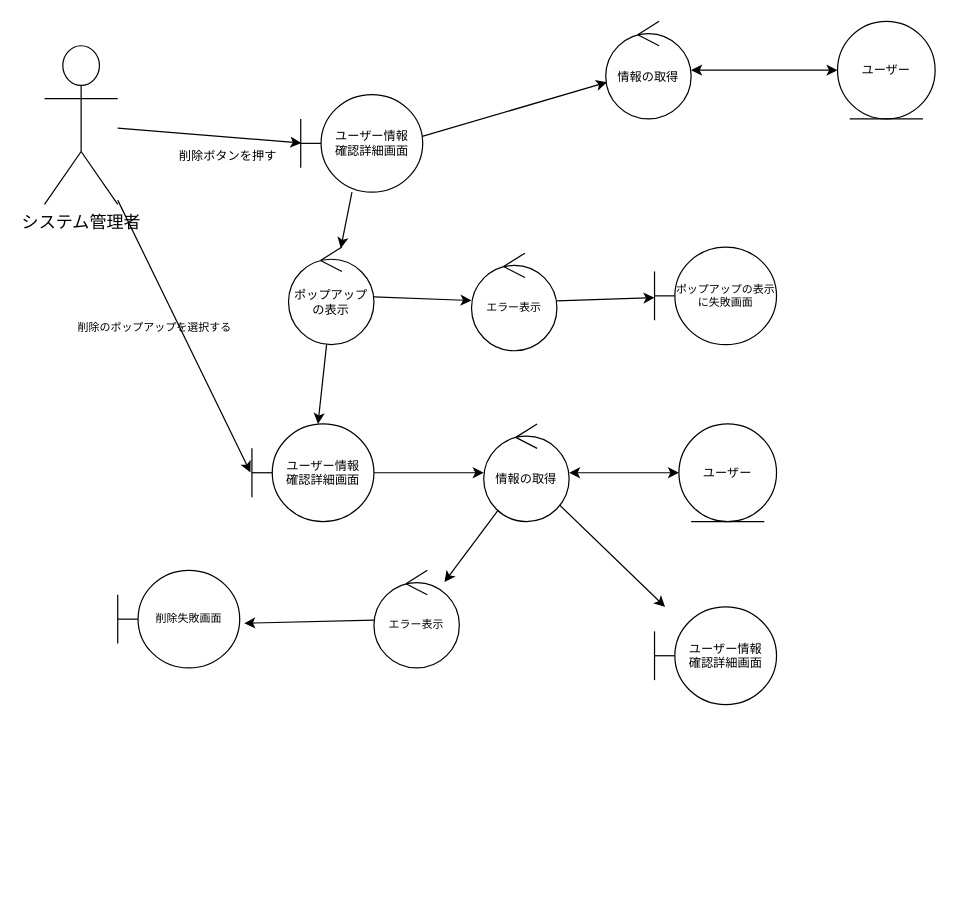
Earlier version of the draw.io diagram page "ユーザー登録情報削除" (5 of 8) of out/ロバストネス図/システム管理者-ロバストネス図.drawio (ksw2270227/GroupF). Source tidied: cells renumbered, new cells numbered last; positions are measured from the earlier drawing's top-left corner, leaving out a move shared by most shapes. Both pictures are drawn from the tidied source at 122%, with x=0, y=0 at pixel (44, 21).
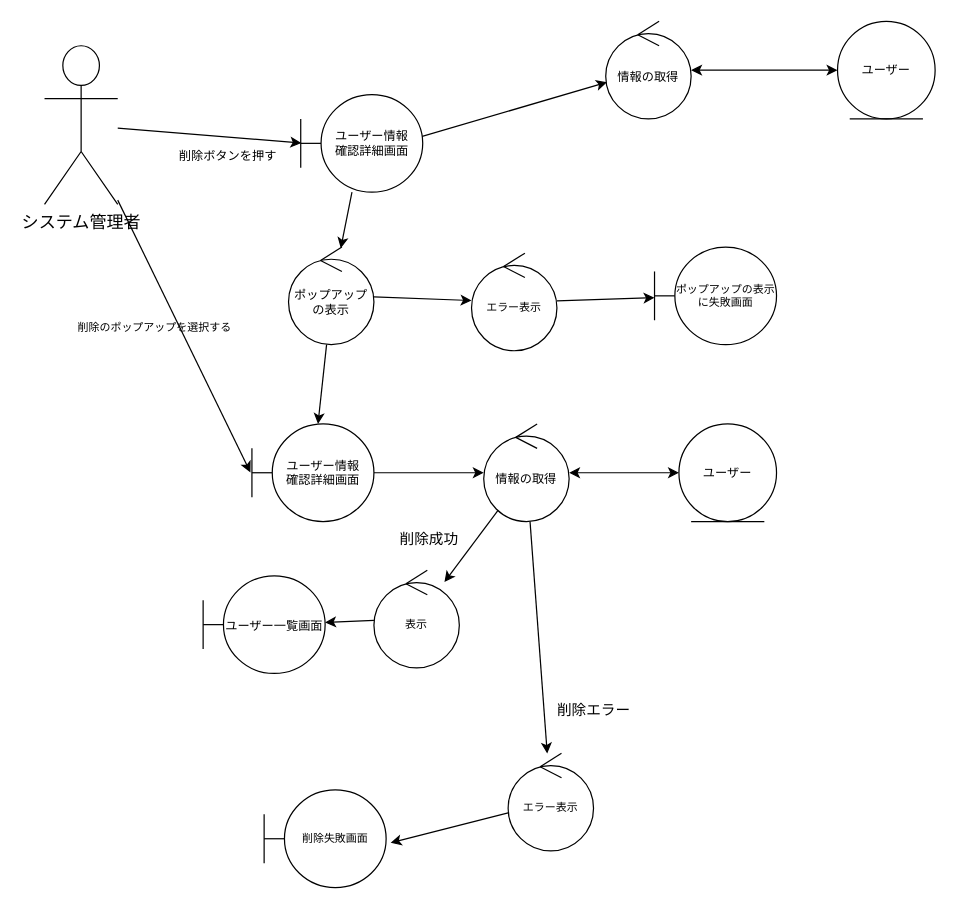
After the change.

Unchanged cells that the change refers to:
```xml
<mxCell id="20" value="情報の取得" style="ellipse;shape=umlControl;whiteSpace=wrap;html=1;fontSize=10;" parent="1" vertex="1">
  <mxGeometry x="360" y="330" width="70" height="80" as="geometry" />
</mxCell>
```

The edit, as a diff of the source:
```diff
@@
-    <mxCell id="17" value="ユーザー情報&lt;br&gt;確認詳細画面" style="shape=umlBoundary;whiteSpace=wrap;html=1;fontSize=10;" parent="1" vertex="1">
-      <mxGeometry x="500" y="480" width="100" height="80" as="geometry" />
+    <mxCell id="17" value="ユーザー一覧画面" style="shape=umlBoundary;whiteSpace=wrap;html=1;fontSize=10;" parent="1" vertex="1">
+      <mxGeometry x="130" y="454.5" width="100" height="80" as="geometry" />
     </mxCell>
@@
-    <mxCell id="19" style="edgeStyle=none;html=1;" parent="1" edge="1" source="20" target="17">
+    <mxCell id="19" style="edgeStyle=none;html=1;" parent="1" edge="1" source="20" target="31">
       <mxGeometry relative="1" as="geometry" />
     </mxCell>
@@
     <mxCell id="23" value="エラー表示" style="ellipse;shape=umlControl;whiteSpace=wrap;html=1;fontSize=9;" parent="1" vertex="1">
-      <mxGeometry x="270" y="450" width="70" height="80" as="geometry" />
+      <mxGeometry x="380" y="600" width="70" height="80" as="geometry" />
     </mxCell>
     <mxCell id="24" value="削除失敗画面" style="shape=umlBoundary;whiteSpace=wrap;html=1;fontSize=9;" parent="1" vertex="1">
-      <mxGeometry x="60" y="450" width="100" height="80" as="geometry" />
+      <mxGeometry x="180" y="630" width="100" height="80" as="geometry" />
     </mxCell>
@@
+    <mxCell id="30" style="edgeStyle=none;html=1;" parent="1" edge="1" source="31" target="17">
+      <mxGeometry relative="1" as="geometry" />
+    </mxCell>
+    <mxCell id="31" value="表示" style="ellipse;shape=umlControl;whiteSpace=wrap;html=1;fontSize=9;" parent="1" vertex="1">
+      <mxGeometry x="270" y="450" width="70" height="80" as="geometry" />
+    </mxCell>
+    <mxCell id="32" value="削除エラー" style="text;html=1;align=center;verticalAlign=middle;strokeColor=none;fillColor=none;" parent="1" vertex="1">
+      <mxGeometry x="410" y="550" width="80" height="30" as="geometry" />
+    </mxCell>
+    <mxCell id="33" value="削除成功" style="text;html=1;align=center;verticalAlign=middle;strokeColor=none;fillColor=none;" parent="1" vertex="1">
+      <mxGeometry x="280" y="410" width="70" height="30" as="geometry" />
+    </mxCell>
```
